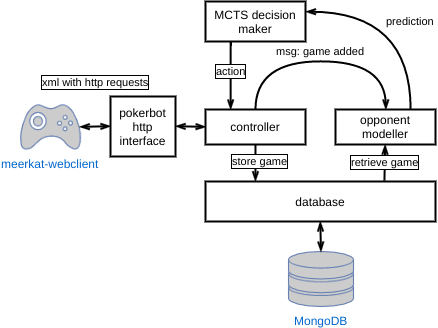
Before: figures/poker_architecture.png, a diagram exported from draw.io (andrewAsdf/thesis). Source tidied: cells renumbered, new cells last; positions are measured from the earlier drawing's top-left corner, leaving out a move shared by most shapes.
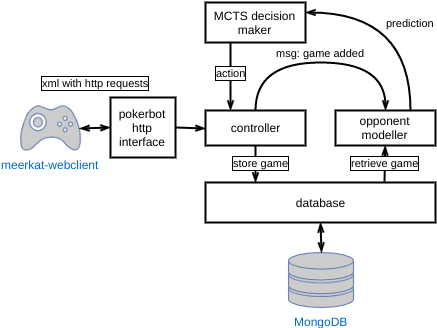
After the change.

Commit message:
eloadas hozzaad

The edit, as a diff of the source:
```diff
@@ -17,7 +17,7 @@
     <mxCell id="6" value="xml with http requests" style="rounded=0;html=1;exitX=0.98;exitY=0.5;entryX=0;entryY=0.5;endArrow=openThin;endFill=0;jettySize=auto;labelBorderColor=#000000;strokeWidth=2;startArrow=openThin;startFill=0;spacing=3;horizontal=1;exitPerimeter=0;" parent="1" edge="1" source="5" target="8">
       <mxGeometry x="0.06" y="45" relative="1" as="geometry" />
     </mxCell>
-    <mxCell id="7" style="rounded=0;html=1;exitX=1;exitY=0.5;startArrow=openThin;startFill=0;endArrow=openThin;endFill=0;jettySize=auto;strokeWidth=2;entryX=0;entryY=0.5;" parent="1" edge="1" source="8" target="12">
+    <mxCell id="7" style="rounded=0;html=1;exitX=1;exitY=0.5;startArrow=none;startFill=0;endArrow=openThin;endFill=0;jettySize=auto;strokeWidth=2;entryX=0;entryY=0.5;" parent="1" edge="1" source="8" target="12">
       <mxGeometry relative="1" as="geometry" />
     </mxCell>
     <mxCell id="8" value="pokerbot&lt;br&gt;http interface" style="strokeWidth=2;whiteSpace=wrap;html=1;align=center;" parent="1" vertex="1">
```
